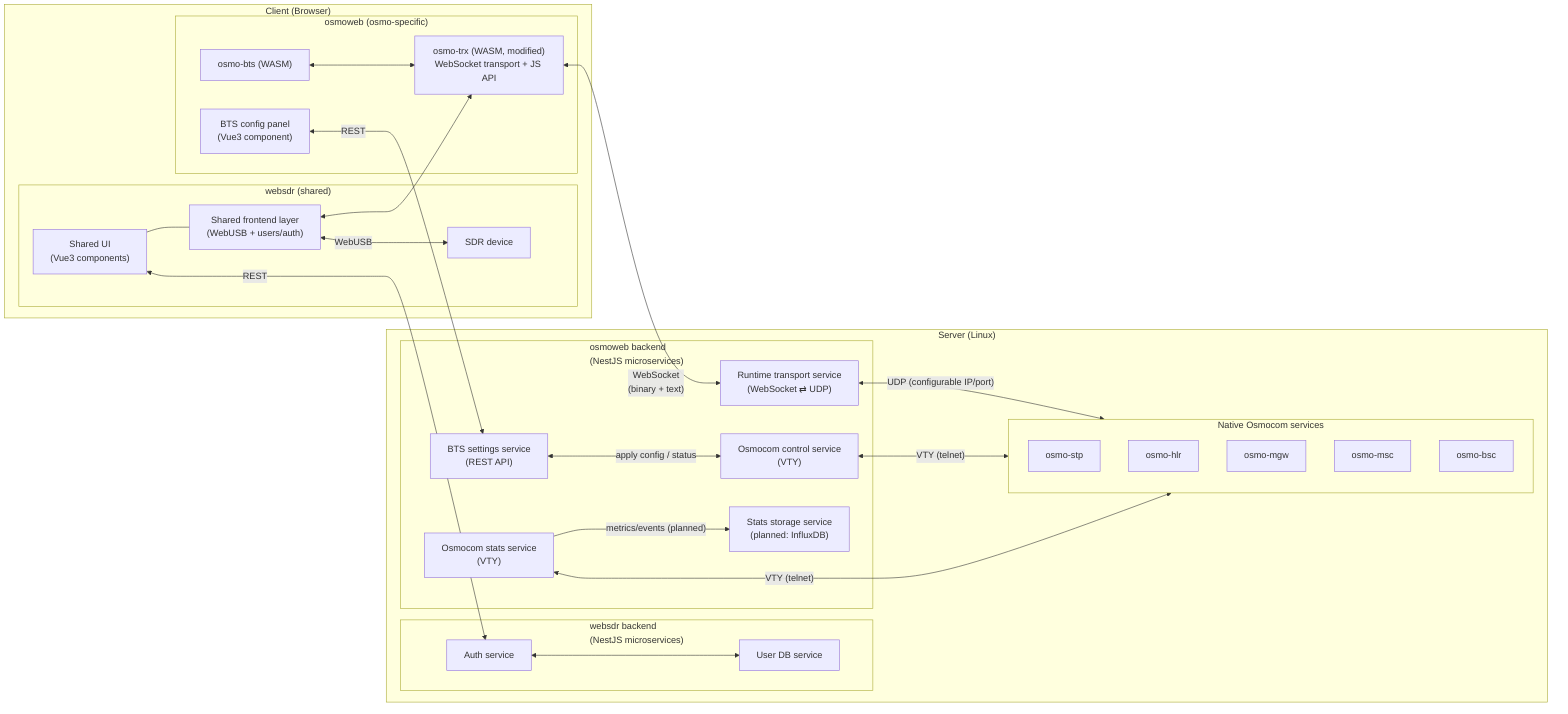
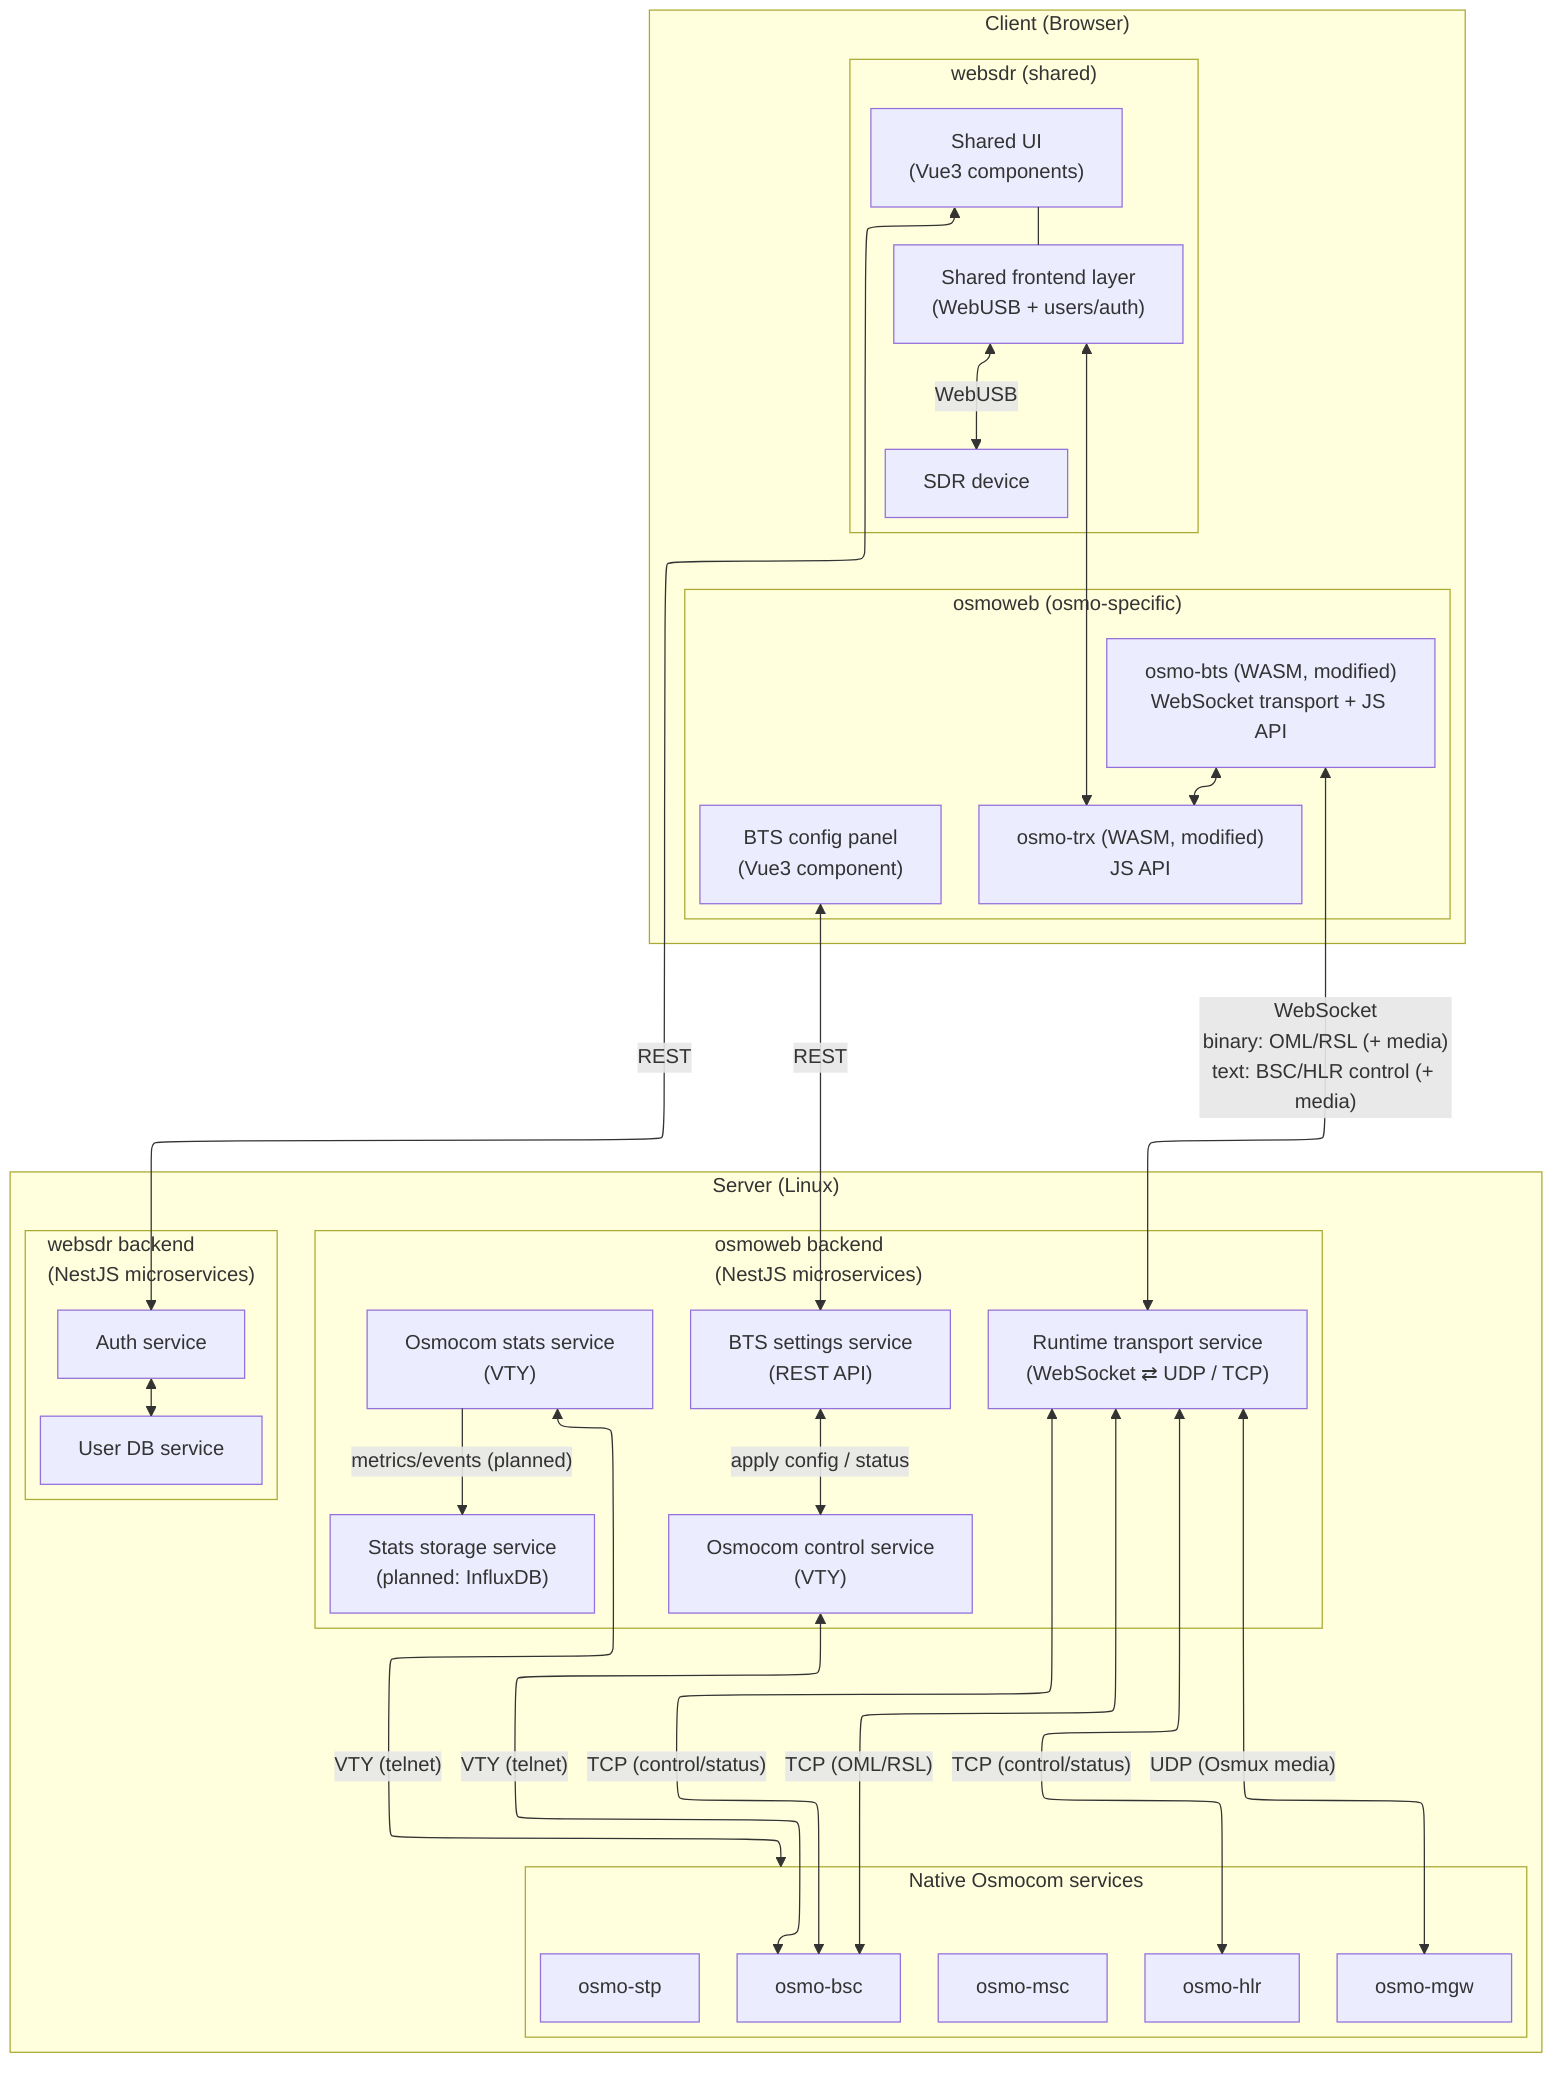
- flowchart LR
+ ---
+ config:
+   layout: elk
+ ---
+ flowchart TB
  subgraph Browser["Client (Browser)"]
    subgraph WSDR["websdr (shared)"]
      SDR["SDR device"]
      UI["Shared UI<br/>(Vue3 components)"]
      WCORE["Shared frontend layer<br/>(WebUSB + users/auth)"]
      UI --- WCORE
      WCORE <--> |"WebUSB"| SDR
    end

    subgraph OSMOWEB_FE["osmoweb (osmo-specific)"]
      BTSUI["BTS config panel<br/>(Vue3 component)"]
-       BTS["osmo-bts (WASM)"]
-       TRX["osmo-trx (WASM, modified)<br/>WebSocket transport + JS API"]
+       BTS["osmo-bts (WASM, modified)<br/>WebSocket transport + JS API"]
+       TRX["osmo-trx (WASM, modified)<br/>JS API"]
      BTS <--> TRX
    end

    WCORE <--> TRX
  end

  subgraph Server["Server (Linux)"]
    subgraph WSDR_BE["websdr backend<br/>(NestJS microservices)"]
      UDB["User DB service"]
      AUTH["Auth service"]
    end

    subgraph OSMOWEB_BE["osmoweb backend<br/>(NestJS microservices)"]
      BTSAPI["BTS settings service<br/>(REST API)"]
-       RTS["Runtime transport service<br/>(WebSocket ⇄ UDP)"]
+       RTS["Runtime transport service<br/>(WebSocket ⇄ UDP / TCP)"]
      VTYCTL["Osmocom control service<br/>(VTY)"]
      VTYSTAT["Osmocom stats service<br/>(VTY)"]
      TSDBS["Stats storage service<br/>(planned: InfluxDB)"]

      BTSAPI <--> |"apply config / status"| VTYCTL
    end

    subgraph OSMO["Native Osmocom services"]
      STP["osmo-stp"]
      HLR["osmo-hlr"]
      MGW["osmo-mgw"]
      MSC["osmo-msc"]
      BSC["osmo-bsc"]
    end

-     RTS <--> |"UDP (configurable IP/port)"| OSMO
-     VTYCTL <--> |"VTY (telnet)"| OSMO
+     RTS <--> |"TCP (OML/RSL)"| BSC
+     RTS <--> |"TCP (control/status)"| BSC
+     RTS <--> |"TCP (control/status)"| HLR
+     RTS <--> |"UDP (Osmux media)"| MGW
+ 
+     VTYCTL <--> |"VTY (telnet)"| BSC
    VTYSTAT <--> |"VTY (telnet)"| OSMO
    VTYSTAT --> |"metrics/events (planned)"| TSDBS
  end

-   TRX <--> |"WebSocket<br/>(binary + text)"| RTS
+   BTS <--> |"WebSocket<br/>binary: OML/RSL (+ media)<br/>text: BSC/HLR control (+ media)"| RTS
+ 
  UI <--> |"REST"| AUTH
  AUTH <--> UDB
  BTSUI <--> |"REST"| BTSAPI
